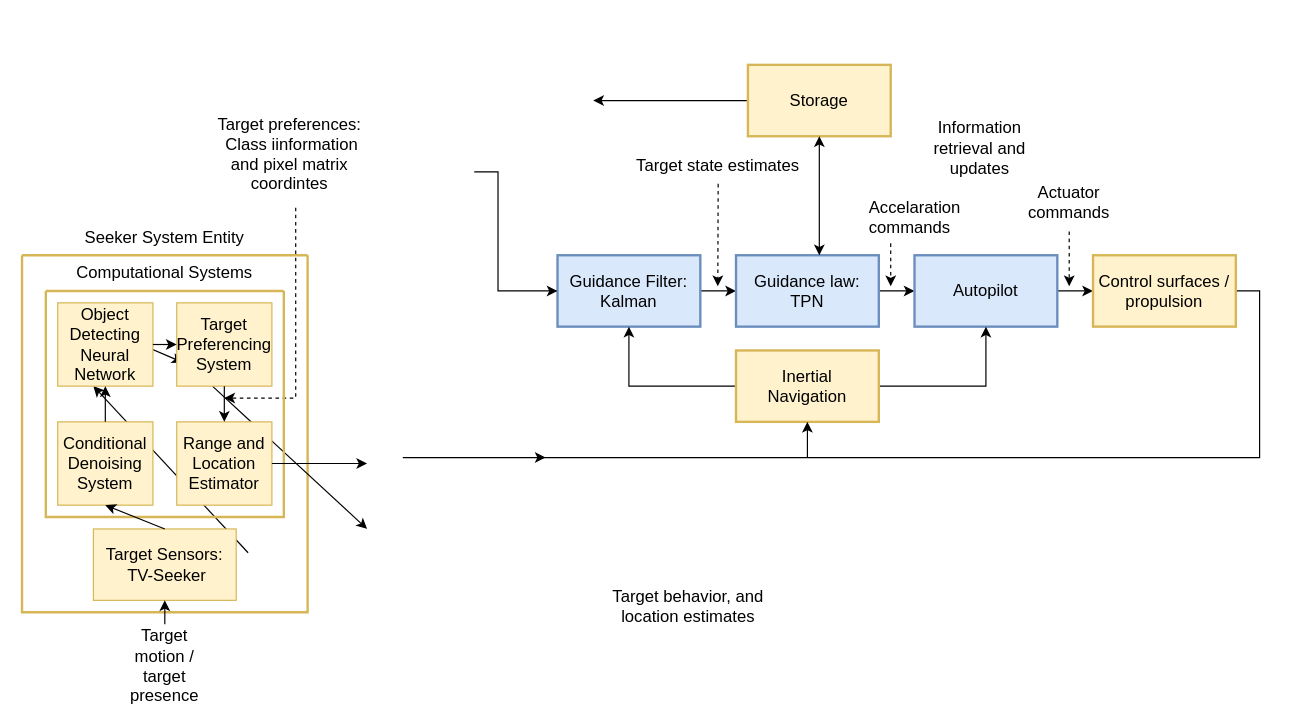
jukkajo/satunnaista-tavaraa keeps this draw.io diagram as Control-Topology.drawio. Above is the earlier version. Source tidied: cells renumbered, new cells numbered last; positions are measured from the earlier drawing's top-left corner, leaving out a move shared by most shapes. Both pictures are drawn from the tidied source at 119%, with x=0, y=0 at pixel (21, 64).
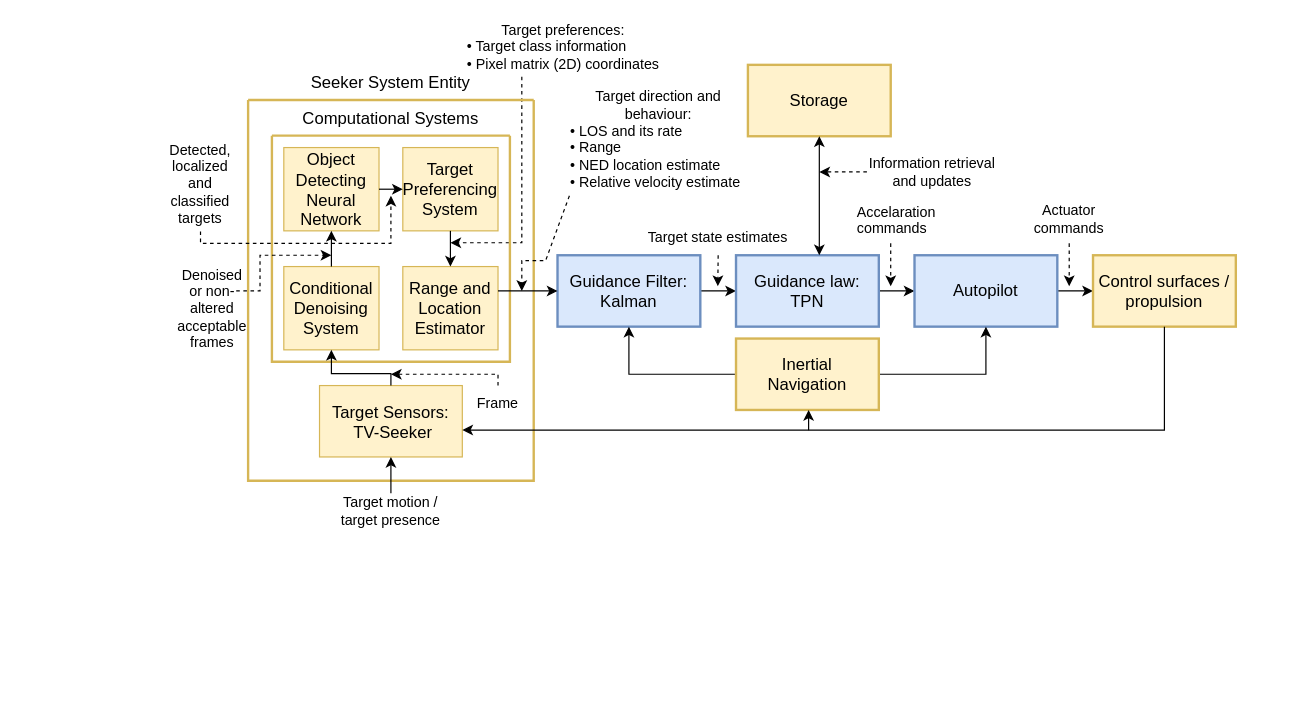
The same diagram, later.

The change refers to these unchanged cells:
```xml
<mxCell id="7" value="&lt;div style=&quot;font-size: 14px;&quot;&gt;&lt;font style=&quot;font-size: 14px;&quot;&gt;Guidance Filter: &lt;font style=&quot;font-size: 14px;&quot;&gt;Kalman&lt;/font&gt;&lt;br&gt;&lt;/font&gt;&lt;/div&gt;" style="rounded=0;whiteSpace=wrap;html=1;fillColor=#dae8fc;strokeColor=#6c8ebf;strokeWidth=2;" parent="1" vertex="1">
  <mxGeometry x="450" y="160" width="120" height="60" as="geometry" />
</mxCell>
<mxCell id="16" value="&lt;font style=&quot;font-size: 14px;&quot;&gt;Control surfaces / propulsion&lt;br&gt;&lt;/font&gt;" style="rounded=0;whiteSpace=wrap;html=1;fillColor=#fff2cc;strokeColor=#d6b656;strokeWidth=2;" parent="1" vertex="1">
  <mxGeometry x="900" y="160" width="120" height="60" as="geometry" />
</mxCell>
<mxCell id="24" value="&lt;font style=&quot;font-size: 14px;&quot;&gt;Storage&lt;br&gt;&lt;/font&gt;" style="rounded=0;whiteSpace=wrap;html=1;fillColor=#fff2cc;strokeColor=#d6b656;strokeWidth=2;" parent="1" vertex="1">
  <mxGeometry x="610" width="120" height="60" as="geometry" />
</mxCell>
<mxCell id="34" value="&lt;font style=&quot;font-size: 14px;&quot;&gt;Conditional Denoising System&lt;/font&gt;" style="rounded=0;whiteSpace=wrap;html=1;fillColor=#fff2cc;strokeColor=#d6b656;" parent="33" vertex="1">
  <mxGeometry x="10" y="110" width="80" height="70" as="geometry" />
</mxCell>
<mxCell id="36" value="&lt;div style=&quot;font-size: 14px;&quot;&gt;&lt;font style=&quot;font-size: 14px;&quot;&gt;Range and Location&lt;/font&gt;&lt;/div&gt;&lt;div style=&quot;font-size: 14px;&quot;&gt;&lt;font style=&quot;font-size: 14px;&quot;&gt;&lt;font style=&quot;font-size: 14px;&quot;&gt;Estimator&lt;/font&gt;&lt;br&gt;&lt;/font&gt;&lt;/div&gt;" style="rounded=0;whiteSpace=wrap;html=1;fillColor=#fff2cc;strokeColor=#d6b656;" parent="33" vertex="1">
  <mxGeometry x="110" y="110" width="80" height="70" as="geometry" />
</mxCell>
```

Diff of the diagram source:
```diff
@@
-    <mxCell id="2" value="&lt;div style=&quot;font-size: 13px;&quot;&gt;&lt;font style=&quot;font-size: 14px;&quot;&gt;Target preferences:&lt;/font&gt;&lt;/div&gt;&lt;div&gt;&lt;font style=&quot;font-size: 14px;&quot;&gt;&amp;nbsp;Class iinformation and pixel matrix coordintes&lt;br&gt;&lt;/font&gt;&lt;/div&gt;" style="text;html=1;align=center;verticalAlign=middle;whiteSpace=wrap;rounded=0;" parent="1" vertex="1">
-      <mxGeometry x="160" y="60" width="130" height="30" as="geometry" />
+    <mxCell id="2" value="&lt;div style=&quot;&quot;&gt;&lt;font style=&quot;font-size: 12px;&quot;&gt;Target preferences:&lt;/font&gt;&lt;/div&gt;&lt;div align=&quot;left&quot;&gt;&lt;font style=&quot;font-size: 12px;&quot;&gt;•&lt;/font&gt;&lt;font style=&quot;font-size: 12px;&quot;&gt; Target class information&lt;/font&gt;&lt;/div&gt;&lt;div align=&quot;left&quot;&gt;&lt;font style=&quot;font-size: 12px;&quot;&gt;• &lt;/font&gt;&lt;font style=&quot;font-size: 12px;&quot;&gt;Pixel matrix (2D) coordinates&lt;br&gt;&lt;/font&gt;&lt;/div&gt;" style="text;html=1;align=center;verticalAlign=middle;whiteSpace=wrap;rounded=0;" parent="1" vertex="1">
+      <mxGeometry x="370" y="-30.5" width="170" height="30" as="geometry" />
     </mxCell>
-    <mxCell id="3" value="&lt;font style=&quot;font-size: 14px;&quot;&gt;Target state estimates&lt;br&gt;&lt;/font&gt;" style="text;html=1;align=center;verticalAlign=middle;whiteSpace=wrap;rounded=0;" parent="1" vertex="1">
-      <mxGeometry x="510" y="70" width="150" height="30" as="geometry" />
+    <mxCell id="3" value="&lt;font style=&quot;font-size: 12px;&quot;&gt;Target state estimates&lt;br&gt;&lt;/font&gt;" style="text;html=1;align=center;verticalAlign=middle;whiteSpace=wrap;rounded=0;" parent="1" vertex="1">
+      <mxGeometry x="510" y="130" width="150" height="30" as="geometry" />
     </mxCell>
-    <mxCell id="4" value="&lt;font style=&quot;font-size: 14px;&quot;&gt;Actuator commands&lt;br&gt;&lt;/font&gt;" style="text;html=1;align=center;verticalAlign=middle;whiteSpace=wrap;rounded=0;" parent="1" vertex="1">
-      <mxGeometry x="850" y="100" width="60" height="30" as="geometry" />
+    <mxCell id="4" value="&lt;font style=&quot;font-size: 12px;&quot;&gt;Actuator commands&lt;br&gt;&lt;/font&gt;" style="text;html=1;align=center;verticalAlign=middle;whiteSpace=wrap;rounded=0;" parent="1" vertex="1">
+      <mxGeometry x="850" y="115" width="60" height="30" as="geometry" />
     </mxCell>
-    <mxCell id="5" style="edgeStyle=orthogonalEdgeStyle;rounded=0;jettySize=auto;html=1;exitX=0;exitY=0.5;exitDx=0;exitDy=0;" parent="1" edge="1" source="24">
-      <mxGeometry relative="1" as="geometry">
-        <mxPoint x="480" y="30" as="targetPoint" />
-      </mxGeometry>
-    </mxCell>
@@
     <mxCell id="14" value="&lt;div&gt;&lt;font style=&quot;font-size: 14px;&quot;&gt;Inertial&lt;/font&gt;&lt;/div&gt;&lt;div&gt;&lt;font style=&quot;font-size: 14px;&quot;&gt;Navigation&lt;/font&gt;&lt;/div&gt;" style="rounded=0;whiteSpace=wrap;html=1;fillColor=#fff2cc;strokeColor=#d6b656;strokeWidth=2;" parent="1" vertex="1">
-      <mxGeometry x="600" y="240" width="120" height="60" as="geometry" />
+      <mxGeometry x="600" y="230" width="120" height="60" as="geometry" />
     </mxCell>
-    <mxCell id="15" style="edgeStyle=orthogonalEdgeStyle;rounded=0;jettySize=auto;html=1;" parent="1" edge="1" source="16">
-      <mxGeometry relative="1" as="geometry">
-        <mxPoint x="440" y="330" as="targetPoint" />
-        <Array as="points">
-          <mxPoint x="1040" y="190" />
-          <mxPoint x="1040" y="330" />
-          <mxPoint x="320" y="330" />
-        </Array>
-      </mxGeometry>
-    </mxCell>
@@
-    <mxCell id="17" style="endArrow=classic;html=1;rounded=0;entryX=0.5;entryY=1;entryDx=0;entryDy=0;" parent="1" edge="1" target="14">
+    <mxCell id="17" style="endArrow=classic;html=1;rounded=0;entryX=0.5;entryY=1;entryDx=0;entryDy=0;" parent="1" edge="1">
       <mxGeometry relative="1" as="geometry">
-        <mxPoint x="660" y="330" as="sourcePoint" />
+        <mxPoint x="661" y="307" as="sourcePoint" />
+        <mxPoint x="661" y="290" as="targetPoint" />
       </mxGeometry>
     </mxCell>
@@
     <mxCell id="20" style="html=1;labelBackgroundColor=#ffffff;startArrow=none;startFill=0;startSize=6;endArrow=classic;endFill=1;endSize=6;jettySize=auto;orthogonalLoop=1;strokeWidth=1;dashed=1;fontSize=14;rounded=0;" parent="1" edge="1">
       <mxGeometry relative="1" as="geometry">
-        <mxPoint x="880" y="140" as="sourcePoint" />
+        <mxPoint x="880" y="150" as="sourcePoint" />
         <mxPoint x="880" y="186" as="targetPoint" />
       </mxGeometry>
     </mxCell>
-    <mxCell id="21" value="&lt;div&gt;&lt;font style=&quot;font-size: 14px;&quot;&gt;Accelaration&lt;/font&gt;&lt;/div&gt;&lt;div&gt;&lt;font style=&quot;font-size: 14px;&quot;&gt;commands&lt;/font&gt;&lt;/div&gt;" style="text;whiteSpace=wrap;html=1;" parent="1" vertex="1">
-      <mxGeometry x="710" y="105" width="160" height="40" as="geometry" />
+    <mxCell id="21" value="&lt;div style=&quot;&quot;&gt;&lt;font style=&quot;font-size: 12px;&quot;&gt;Accelaration&lt;/font&gt;&lt;/div&gt;&lt;div style=&quot;&quot;&gt;&lt;font style=&quot;font-size: 12px;&quot;&gt;commands&lt;/font&gt;&lt;/div&gt;" style="text;whiteSpace=wrap;html=1;" parent="1" vertex="1">
+      <mxGeometry x="700" y="110" width="160" height="40" as="geometry" />
     </mxCell>
-    <mxCell id="22" style="edgeStyle=orthogonalEdgeStyle;rounded=0;jettySize=auto;html=1;entryX=0;entryY=0.5;entryDx=0;entryDy=0;" parent="1" edge="1" target="7">
-      <mxGeometry relative="1" as="geometry">
-        <mxPoint x="380" y="90" as="sourcePoint" />
-        <Array as="points">
-          <mxPoint x="400" y="90" />
-          <mxPoint x="400" y="190" />
-        </Array>
-      </mxGeometry>
-    </mxCell>
     <mxCell id="23" style="html=1;labelBackgroundColor=#ffffff;startArrow=none;startFill=0;startSize=6;endArrow=classic;endFill=1;endSize=6;jettySize=auto;orthogonalLoop=1;strokeWidth=1;dashed=1;fontSize=14;rounded=0;" parent="1" edge="1">
       <mxGeometry relative="1" as="geometry">
-        <mxPoint x="230" y="120" as="sourcePoint" />
-        <mxPoint x="170" y="280" as="targetPoint" />
+        <mxPoint x="420" y="10" as="sourcePoint" />
+        <mxPoint x="360" y="149.5" as="targetPoint" />
         <Array as="points">
-          <mxPoint x="230" y="280" />
+          <mxPoint x="420" y="149.5" />
         </Array>
       </mxGeometry>
     </mxCell>
@@
-    <mxCell id="26" value="&lt;font style=&quot;font-size: 14px;&quot;&gt;Information retrieval and updates&lt;/font&gt;" style="text;html=1;align=center;verticalAlign=middle;whiteSpace=wrap;rounded=0;" parent="1" vertex="1">
-      <mxGeometry x="750" y="50" width="110" height="40" as="geometry" />
+    <mxCell id="26" value="&lt;font style=&quot;font-size: 12px;&quot;&gt;Information retrieval and updates&lt;/font&gt;" style="text;html=1;align=center;verticalAlign=middle;whiteSpace=wrap;rounded=0;" parent="1" vertex="1">
+      <mxGeometry x="710" y="70" width="110" height="40" as="geometry" />
     </mxCell>
     <mxCell id="27" value="&lt;font style=&quot;font-size: 14px;&quot;&gt;Seeker System Entity&lt;/font&gt;" style="text;html=1;align=center;verticalAlign=middle;whiteSpace=wrap;rounded=0;" parent="1" vertex="1">
-      <mxGeometry x="40" y="130" width="160" height="30" as="geometry" />
+      <mxGeometry x="230" y="-0.5" width="160" height="30" as="geometry" />
     </mxCell>
     <mxCell id="28" style="swimlane;startSize=0;strokeColor=#D6B656;fillColor=#FFF2CC;strokeWidth=2;" parent="1" vertex="1">
-      <mxGeometry y="160" width="240" height="300" as="geometry" />
+      <mxGeometry x="190" y="29.5" width="240" height="320" as="geometry" />
     </mxCell>
-    <mxCell id="29" style="endArrow=classic;html=1;rounded=0;entryX=0.5;entryY=1;entryDx=0;entryDy=0;exitX=0.5;exitY=0;exitDx=0;exitDy=0;" parent="28" edge="1">
-      <mxGeometry relative="1" as="geometry">
-        <mxPoint x="190" y="250" as="sourcePoint" />
-        <mxPoint x="60" y="110" as="targetPoint" />
-      </mxGeometry>
-    </mxCell>
-    <mxCell id="30" style="endArrow=classic;html=1;rounded=0;entryX=0;entryY=0.5;entryDx=0;entryDy=0;exitX=1;exitY=0.5;exitDx=0;exitDy=0;" parent="28" edge="1">
-      <mxGeometry relative="1" as="geometry">
-        <mxPoint x="100" y="75" as="sourcePoint" />
-        <mxPoint x="135" y="90" as="targetPoint" />
-      </mxGeometry>
-    </mxCell>
-    <mxCell id="31" style="endArrow=classic;html=1;rounded=0;exitX=0.5;exitY=1;exitDx=0;exitDy=0;entryX=0.5;entryY=0;entryDx=0;entryDy=0;" parent="28" edge="1">
-      <mxGeometry relative="1" as="geometry">
-        <mxPoint x="160" y="110" as="sourcePoint" />
-        <mxPoint x="290" y="230" as="targetPoint" />
-      </mxGeometry>
-    </mxCell>
     <mxCell id="32" value="&lt;div&gt;&lt;font style=&quot;font-size: 14px;&quot;&gt;Target Sensors:&lt;/font&gt;&lt;/div&gt;&lt;div&gt;&lt;font style=&quot;font-size: 14px;&quot;&gt;&amp;nbsp;TV-Seeker&lt;br&gt;&lt;/font&gt;&lt;/div&gt;" style="rounded=0;whiteSpace=wrap;html=1;fillColor=#fff2cc;strokeColor=#d6b656;" parent="28" vertex="1">
-      <mxGeometry x="60" y="230" width="120" height="60" as="geometry" />
+      <mxGeometry x="60" y="240" width="120" height="60" as="geometry" />
     </mxCell>
@@
     <mxCell id="42" style="endArrow=classic;html=1;rounded=0;entryX=0.5;entryY=1;entryDx=0;entryDy=0;exitX=0.5;exitY=0;exitDx=0;exitDy=0;" parent="28" edge="1" source="32" target="34">
-      <mxGeometry relative="1" as="geometry" />
+      <mxGeometry relative="1" as="geometry">
+        <Array as="points">
+          <mxPoint x="120" y="230" />
+          <mxPoint x="70" y="230" />
+        </Array>
+      </mxGeometry>
     </mxCell>
+    <mxCell id="48" style="html=1;labelBackgroundColor=#ffffff;startArrow=none;startFill=0;startSize=6;endArrow=classic;endFill=1;endSize=6;jettySize=auto;strokeWidth=1;dashed=1;fontSize=14;rounded=0;exitX=0.5;exitY=0;exitDx=0;exitDy=0;" parent="28" edge="1" source="49">
+      <mxGeometry relative="1" as="geometry">
+        <mxPoint x="120" y="230.5" as="targetPoint" />
+        <Array as="points">
+          <mxPoint x="210" y="230.5" />
+        </Array>
+      </mxGeometry>
+    </mxCell>
+    <mxCell id="49" value="&lt;font style=&quot;font-size: 12px;&quot;&gt;Frame&lt;/font&gt;" style="text;html=1;align=center;verticalAlign=middle;whiteSpace=wrap;rounded=0;" parent="28" vertex="1">
+      <mxGeometry x="180" y="240" width="60" height="30" as="geometry" />
+    </mxCell>
+    <mxCell id="50" style="html=1;labelBackgroundColor=#ffffff;startArrow=none;startFill=0;startSize=6;endArrow=classic;endFill=1;endSize=6;jettySize=auto;orthogonalLoop=1;strokeWidth=1;dashed=1;fontSize=14;rounded=0;" parent="28" edge="1">
+      <mxGeometry relative="1" as="geometry">
+        <mxPoint x="-10" y="160.5" as="sourcePoint" />
+        <mxPoint x="70" y="130.5" as="targetPoint" />
+        <Array as="points">
+          <mxPoint x="10" y="160.5" />
+          <mxPoint x="10" y="130.5" />
+        </Array>
+      </mxGeometry>
+    </mxCell>
-    <mxCell id="43" value="&lt;font style=&quot;font-size: 14px;&quot;&gt;Target motion / target presence&lt;br&gt;&lt;/font&gt;" style="text;html=1;align=center;verticalAlign=middle;whiteSpace=wrap;rounded=0;" parent="1" vertex="1">
-      <mxGeometry x="90" y="500" width="60" height="10" as="geometry" />
+    <mxCell id="43" value="&lt;font style=&quot;font-size: 12px;&quot;&gt;Target motion / target presence&lt;font style=&quot;font-size: 12px;&quot;&gt;&lt;br&gt;&lt;/font&gt;&lt;/font&gt;" style="text;html=1;align=center;verticalAlign=middle;whiteSpace=wrap;rounded=0;" parent="1" vertex="1">
+      <mxGeometry x="265" y="370" width="90" height="10" as="geometry" />
     </mxCell>
     <mxCell id="44" style="endArrow=classic;html=1;rounded=0;entryX=0.5;entryY=1;entryDx=0;entryDy=0;" parent="1" edge="1" target="32">
       <mxGeometry relative="1" as="geometry">
-        <mxPoint x="120" y="470" as="sourcePoint" />
+        <mxPoint x="310" y="360" as="sourcePoint" />
       </mxGeometry>
     </mxCell>
-    <mxCell id="45" style="endArrow=classic;html=1;rounded=0;exitX=1;exitY=0.5;exitDx=0;exitDy=0;" parent="1" edge="1" source="36">
-      <mxGeometry relative="1" as="geometry">
-        <mxPoint x="290" y="335" as="targetPoint" />
-      </mxGeometry>
-    </mxCell>
-    <mxCell id="46" value="&lt;font style=&quot;font-size: 14px;&quot;&gt;Target behavior, and location estimates&lt;br&gt;&lt;/font&gt;" style="text;html=1;align=center;verticalAlign=middle;whiteSpace=wrap;rounded=0;" parent="1" vertex="1">
-      <mxGeometry x="495" y="440" width="130" height="30" as="geometry" />
-    </mxCell>
@@
+    <mxCell id="51" style="edgeStyle=orthogonalEdgeStyle;rounded=0;orthogonalLoop=1;jettySize=auto;html=1;exitX=0.5;exitY=1;exitDx=0;exitDy=0;" parent="1" edge="1" source="43" target="43">
+      <mxGeometry relative="1" as="geometry" />
+    </mxCell>
+    <mxCell id="52" style="endArrow=classic;html=1;rounded=0;entryX=1;entryY=0.623;entryDx=0;entryDy=0;entryPerimeter=0;exitX=0.5;exitY=1;exitDx=0;exitDy=0;" parent="1" edge="1" source="16" target="32">
+      <mxGeometry relative="1" as="geometry">
+        <Array as="points">
+          <mxPoint x="960" y="307" />
+        </Array>
+      </mxGeometry>
+    </mxCell>
+    <mxCell id="53" style="endArrow=classic;html=1;rounded=0;entryX=0;entryY=0.5;entryDx=0;entryDy=0;" parent="1" edge="1" target="7">
+      <mxGeometry relative="1" as="geometry">
+        <mxPoint x="400" y="190" as="sourcePoint" />
+      </mxGeometry>
+    </mxCell>
+    <mxCell id="54" style="html=1;labelBackgroundColor=#ffffff;startArrow=none;startFill=0;startSize=6;endArrow=classic;endFill=1;endSize=6;jettySize=auto;orthogonalLoop=1;strokeWidth=1;dashed=1;fontSize=14;rounded=0;" parent="1" edge="1">
+      <mxGeometry relative="1" as="geometry">
+        <mxPoint x="460" y="110" as="sourcePoint" />
+        <mxPoint x="420" y="190" as="targetPoint" />
+        <Array as="points">
+          <mxPoint x="440" y="164.5" />
+          <mxPoint x="420" y="164.5" />
+        </Array>
+      </mxGeometry>
+    </mxCell>
+    <mxCell id="55" value="&lt;div style=&quot;&quot;&gt;&lt;font style=&quot;font-size: 12px;&quot;&gt;Target direction and behaviour:&lt;/font&gt;&lt;/div&gt;&lt;div align=&quot;left&quot;&gt;&lt;font style=&quot;font-size: 12px;&quot;&gt;• LOS and its rate&lt;/font&gt;&lt;br&gt;&lt;font style=&quot;font-size: 12px;&quot;&gt;• Range&lt;/font&gt;&lt;br&gt;&lt;font style=&quot;font-size: 12px;&quot;&gt;• NED location estimate&lt;/font&gt;&lt;br&gt;&lt;/div&gt;&lt;div align=&quot;left&quot;&gt;&lt;font style=&quot;font-size: 12px;&quot;&gt;• Relative velocity estimate&lt;/font&gt;&lt;/div&gt;&lt;div style=&quot;&quot;&gt;&lt;font style=&quot;font-size: 12px;&quot;&gt;&lt;br&gt;&lt;/font&gt;&lt;/div&gt;" style="text;html=1;align=center;verticalAlign=middle;whiteSpace=wrap;rounded=0;" parent="1" vertex="1">
+      <mxGeometry x="460" y="55" width="150" height="30" as="geometry" />
+    </mxCell>
+    <mxCell id="56" style="html=1;labelBackgroundColor=#ffffff;startArrow=none;startFill=0;startSize=6;endArrow=classic;endFill=1;endSize=6;jettySize=auto;strokeWidth=1;dashed=1;fontSize=14;rounded=0;exitX=0;exitY=0.5;exitDx=0;exitDy=0;" parent="1" edge="1" source="26">
+      <mxGeometry relative="1" as="geometry">
+        <mxPoint x="670" y="90" as="targetPoint" />
+      </mxGeometry>
+    </mxCell>
+    <mxCell id="57" value="&lt;div&gt;Denoised&lt;/div&gt;&lt;div&gt;or non-altered acceptable frames &lt;br&gt;&lt;/div&gt;" style="text;html=1;align=center;verticalAlign=middle;whiteSpace=wrap;rounded=0;" parent="1" vertex="1">
+      <mxGeometry x="130" y="190" width="60" height="30" as="geometry" />
+    </mxCell>
+    <mxCell id="58" style="html=1;labelBackgroundColor=#ffffff;startArrow=none;startFill=0;startSize=6;endArrow=classic;endFill=1;endSize=6;jettySize=auto;orthogonalLoop=1;strokeWidth=1;dashed=1;fontSize=14;rounded=0;" parent="1" edge="1">
+      <mxGeometry relative="1" as="geometry">
+        <mxPoint x="150" y="140" as="sourcePoint" />
+        <mxPoint x="310" y="110" as="targetPoint" />
+        <Array as="points">
+          <mxPoint x="150" y="150" />
+          <mxPoint x="310" y="150" />
+        </Array>
+      </mxGeometry>
+    </mxCell>
+    <mxCell id="59" value="Detected, localized and classified targets" style="text;html=1;align=center;verticalAlign=middle;whiteSpace=wrap;rounded=0;" parent="1" vertex="1">
+      <mxGeometry x="120" y="85" width="60" height="30" as="geometry" />
+    </mxCell>
```
